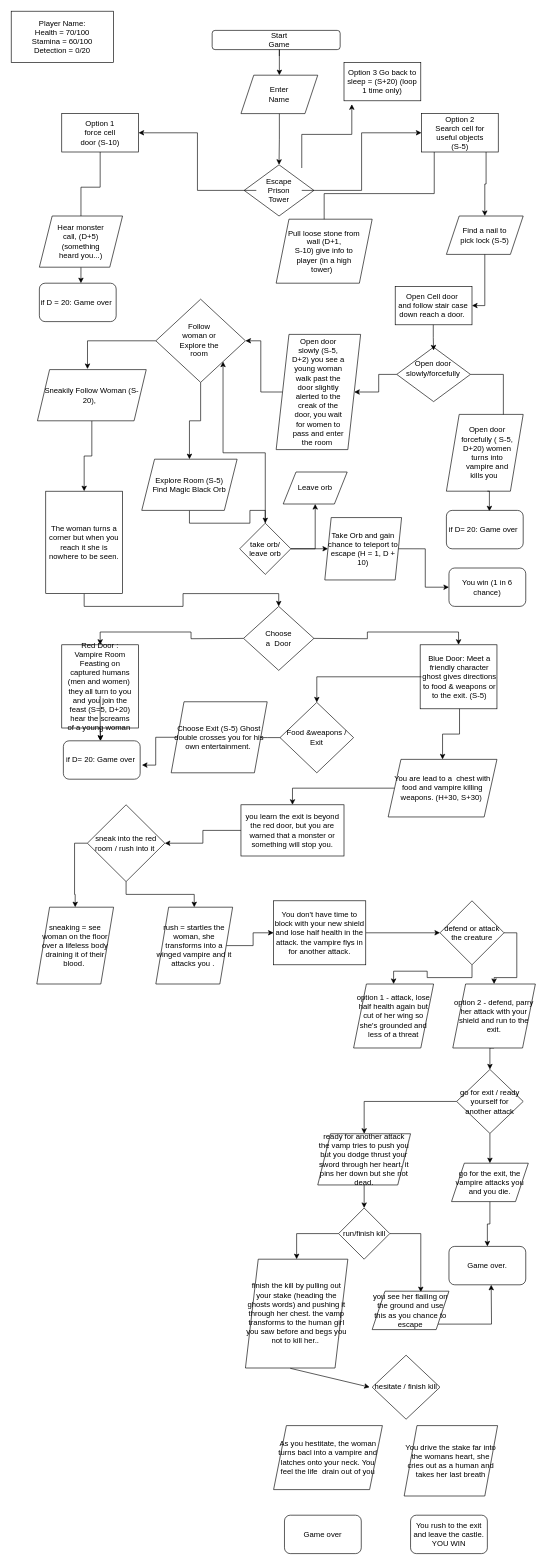
Earlier version of the draw.io diagram 1 - Fantastic F4.drawio (Fantastic-f4/Adventure_Game). Source tidied: cells renumbered, new cells numbered last; positions are measured from the earlier drawing's top-left corner, leaving out a move shared by most shapes. Both pictures are drawn from the tidied source at 64%, with x=0, y=0 at pixel (11, 11).
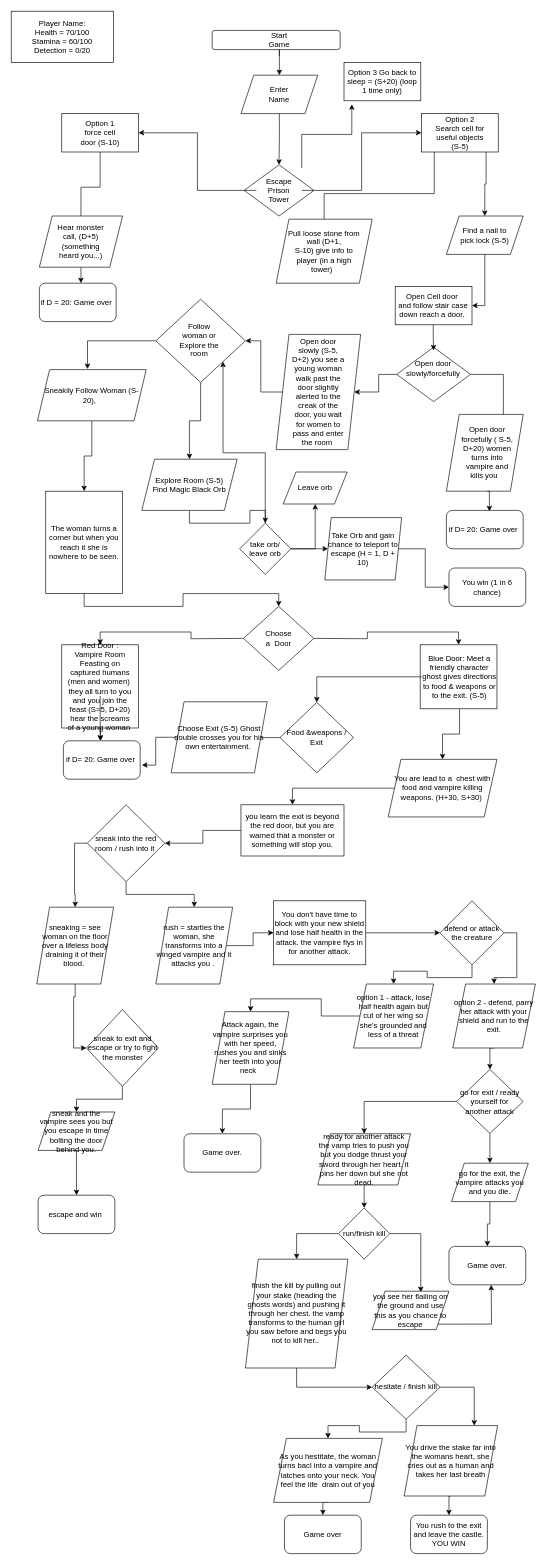
The same diagram, later.

The change refers to these unchanged cells:
```xml
<mxCell id="93" value="sneaking = see woman on the floor over a lifeless body draining it of their blood.&amp;nbsp;" style="shape=parallelogram;perimeter=parallelogramPerimeter;whiteSpace=wrap;html=1;fixedSize=1;" parent="1" vertex="1">
  <mxGeometry x="40" y="1400" width="120" height="120" as="geometry" />
</mxCell>
<mxCell id="103" value="option 1 - attack, lose half health again but cut of her wing so she's grounded and less of a threat" style="shape=parallelogram;perimeter=parallelogramPerimeter;whiteSpace=wrap;html=1;fixedSize=1;" parent="1" vertex="1">
  <mxGeometry x="535" y="1520" width="125" height="100" as="geometry" />
</mxCell>
<mxCell id="117" value="finish the kill by pulling out your stake (heading the ghosts words) and pushing it through her chest. the vamp transforms to the human girl you saw before and begs you not to kill her..&amp;nbsp;" style="shape=parallelogram;perimeter=parallelogramPerimeter;whiteSpace=wrap;html=1;fixedSize=1;" parent="1" vertex="1">
  <mxGeometry x="366" y="1950" width="160" height="170" as="geometry" />
</mxCell>
<mxCell id="118" value="hesitate / finish kill" style="rhombus;whiteSpace=wrap;html=1;" parent="1" vertex="1">
  <mxGeometry x="564" y="2100" width="106" height="100" as="geometry" />
</mxCell>
<mxCell id="121" value="Game over" style="rounded=1;whiteSpace=wrap;html=1;" parent="1" vertex="1">
  <mxGeometry x="427" y="2350" width="120" height="60" as="geometry" />
</mxCell>
<mxCell id="122" value="You drive the stake far into the womans heart, she cries out as a human and takes her last breath" style="shape=parallelogram;perimeter=parallelogramPerimeter;whiteSpace=wrap;html=1;fixedSize=1;" parent="1" vertex="1">
  <mxGeometry x="614" y="2210" width="146" height="110" as="geometry" />
</mxCell>
<mxCell id="123" value="You rush to the exit and leave the castle. YOU WIN" style="rounded=1;whiteSpace=wrap;html=1;" parent="1" vertex="1">
  <mxGeometry x="624" y="2350" width="120" height="60" as="geometry" />
</mxCell>
```

The edit, as a diff of the source:
```diff
@@
+    <mxCell id="124" style="edgeStyle=orthogonalEdgeStyle;rounded=0;jettySize=auto;html=1;exitX=0.5;exitY=1;exitDx=0;exitDy=0;entryX=0;entryY=0.5;entryDx=0;entryDy=0;" parent="1" edge="1" source="93" target="132">
+      <mxGeometry relative="1" as="geometry" />
+    </mxCell>
@@
+    <mxCell id="125" style="edgeStyle=orthogonalEdgeStyle;rounded=0;jettySize=auto;html=1;exitX=0;exitY=0.5;exitDx=0;exitDy=0;entryX=0.5;entryY=0;entryDx=0;entryDy=0;" parent="1" edge="1" source="103" target="137">
+      <mxGeometry relative="1" as="geometry" />
+    </mxCell>
@@
+    <mxCell id="126" style="edgeStyle=orthogonalEdgeStyle;rounded=0;jettySize=auto;html=1;exitX=0.5;exitY=1;exitDx=0;exitDy=0;entryX=0;entryY=0.5;entryDx=0;entryDy=0;" parent="1" edge="1" source="117" target="118">
+      <mxGeometry relative="1" as="geometry" />
+    </mxCell>
@@
+    <mxCell id="127" style="edgeStyle=orthogonalEdgeStyle;rounded=0;jettySize=auto;html=1;exitX=0.5;exitY=1;exitDx=0;exitDy=0;entryX=0.5;entryY=0;entryDx=0;entryDy=0;" parent="1" edge="1" source="118" target="120">
+      <mxGeometry relative="1" as="geometry" />
+    </mxCell>
+    <mxCell id="128" style="edgeStyle=orthogonalEdgeStyle;rounded=0;jettySize=auto;html=1;exitX=1;exitY=0.5;exitDx=0;exitDy=0;entryX=0.75;entryY=0;entryDx=0;entryDy=0;" parent="1" edge="1" source="118" target="122">
+      <mxGeometry relative="1" as="geometry" />
+    </mxCell>
@@
-    <mxCell id="119" style="endArrow=classic;html=1;exitX=0.438;exitY=1.003;exitDx=0;exitDy=0;exitPerimeter=0;" parent="1" edge="1" source="117">
-      <mxGeometry relative="1" as="geometry">
-        <mxPoint x="560" y="2150" as="targetPoint" />
-      </mxGeometry>
-    </mxCell>
+    <mxCell id="129" style="edgeStyle=orthogonalEdgeStyle;rounded=0;jettySize=auto;html=1;exitX=0.5;exitY=1;exitDx=0;exitDy=0;entryX=0.5;entryY=0;entryDx=0;entryDy=0;" parent="1" edge="1" source="120" target="121">
+      <mxGeometry relative="1" as="geometry" />
+    </mxCell>
     <mxCell id="120" value="As you hestitate, the woman turns bacl into a vampire and latches onto your neck. You feel the life&amp;nbsp; drain out of you" style="shape=parallelogram;perimeter=parallelogramPerimeter;whiteSpace=wrap;html=1;fixedSize=1;" parent="1" vertex="1">
-      <mxGeometry x="410" y="2210" width="170" height="100" as="geometry" />
+      <mxGeometry x="410" y="2230" width="170" height="100" as="geometry" />
     </mxCell>
@@
+    <mxCell id="130" style="edgeStyle=orthogonalEdgeStyle;rounded=0;jettySize=auto;html=1;exitX=0.5;exitY=1;exitDx=0;exitDy=0;entryX=0.5;entryY=0;entryDx=0;entryDy=0;" parent="1" edge="1" source="122" target="123">
+      <mxGeometry relative="1" as="geometry" />
+    </mxCell>
@@
+    <mxCell id="131" style="edgeStyle=orthogonalEdgeStyle;rounded=0;jettySize=auto;html=1;exitX=0.5;exitY=1;exitDx=0;exitDy=0;entryX=0.5;entryY=0;entryDx=0;entryDy=0;" parent="1" edge="1" source="132" target="134">
+      <mxGeometry relative="1" as="geometry" />
+    </mxCell>
+    <mxCell id="132" value="sneak to exit and escape or try to fight the monster" style="rhombus;whiteSpace=wrap;html=1;" parent="1" vertex="1">
+      <mxGeometry x="117.5" y="1560" width="112.5" height="120" as="geometry" />
+    </mxCell>
+    <mxCell id="133" style="edgeStyle=orthogonalEdgeStyle;rounded=0;jettySize=auto;html=1;exitX=0.5;exitY=1;exitDx=0;exitDy=0;entryX=0.5;entryY=0;entryDx=0;entryDy=0;" parent="1" edge="1" source="134" target="135">
+      <mxGeometry relative="1" as="geometry" />
+    </mxCell>
+    <mxCell id="134" value="sneak and the vampire sees you but you escape in time bolting the door behind you." style="shape=parallelogram;perimeter=parallelogramPerimeter;whiteSpace=wrap;html=1;fixedSize=1;" parent="1" vertex="1">
+      <mxGeometry x="42" y="1720" width="120" height="60" as="geometry" />
+    </mxCell>
+    <mxCell id="135" value="escape and win&amp;nbsp;" style="rounded=1;whiteSpace=wrap;html=1;" parent="1" vertex="1">
+      <mxGeometry x="42" y="1850" width="120" height="60" as="geometry" />
+    </mxCell>
+    <mxCell id="136" style="edgeStyle=orthogonalEdgeStyle;rounded=0;jettySize=auto;html=1;exitX=0.5;exitY=1;exitDx=0;exitDy=0;entryX=0.5;entryY=0;entryDx=0;entryDy=0;" parent="1" edge="1" source="137" target="138">
+      <mxGeometry relative="1" as="geometry" />
+    </mxCell>
+    <mxCell id="137" value="Attack again, the vampire surprises you with her speed, rushes you and sinks her teeth into your neck&amp;nbsp;&amp;nbsp;" style="shape=parallelogram;perimeter=parallelogramPerimeter;whiteSpace=wrap;html=1;fixedSize=1;" parent="1" vertex="1">
+      <mxGeometry x="314" y="1563.2" width="120" height="113.5" as="geometry" />
+    </mxCell>
+    <mxCell id="138" value="Game over." style="rounded=1;whiteSpace=wrap;html=1;" parent="1" vertex="1">
+      <mxGeometry x="270" y="1754" width="120" height="60" as="geometry" />
+    </mxCell>
```
